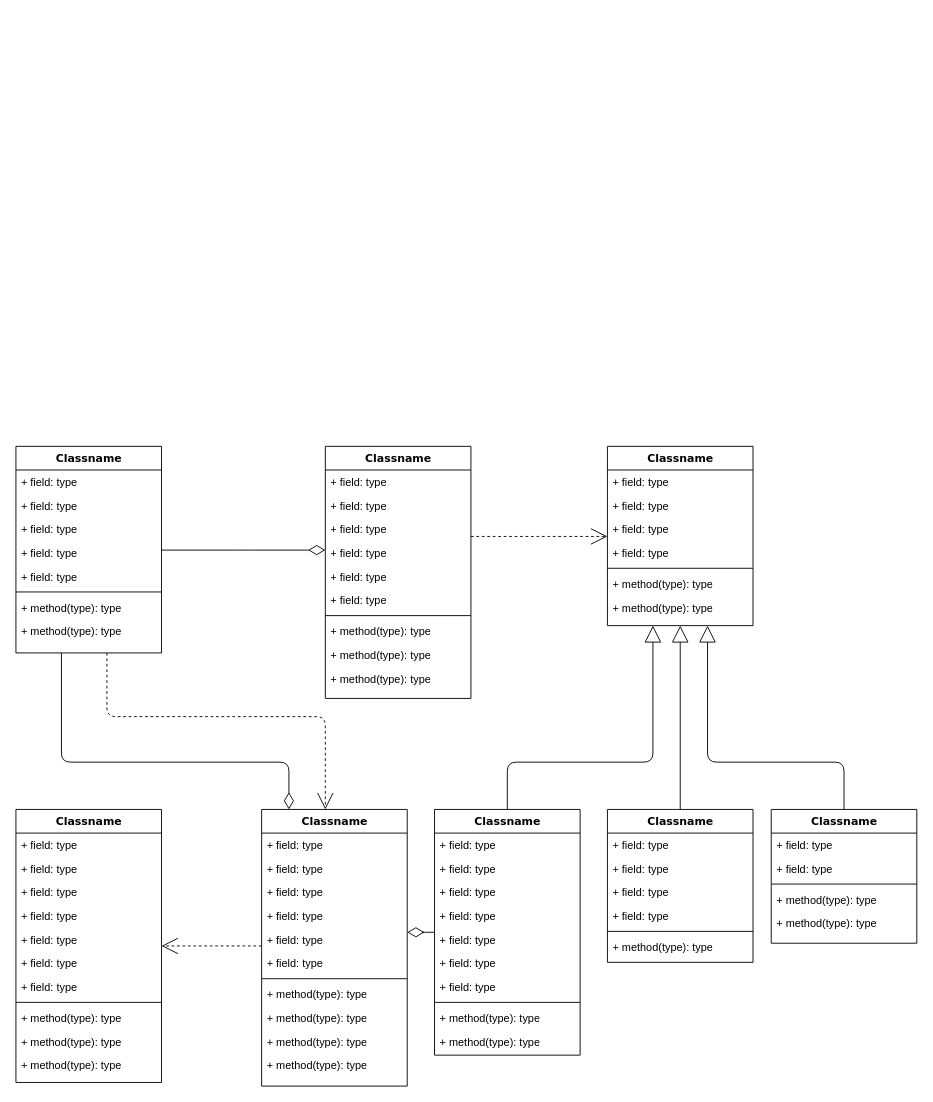
Above: Diagramas/Diagrama sin título.drawio in obelisk02/CCAP (draw.io), before the change. Source tidied: cells renumbered, new cells numbered last; positions are measured from the earlier drawing's top-left corner, leaving out a move shared by most shapes. Both pictures are drawn from the tidied source at 91%, with x=0, y=0 at pixel (15, 446).
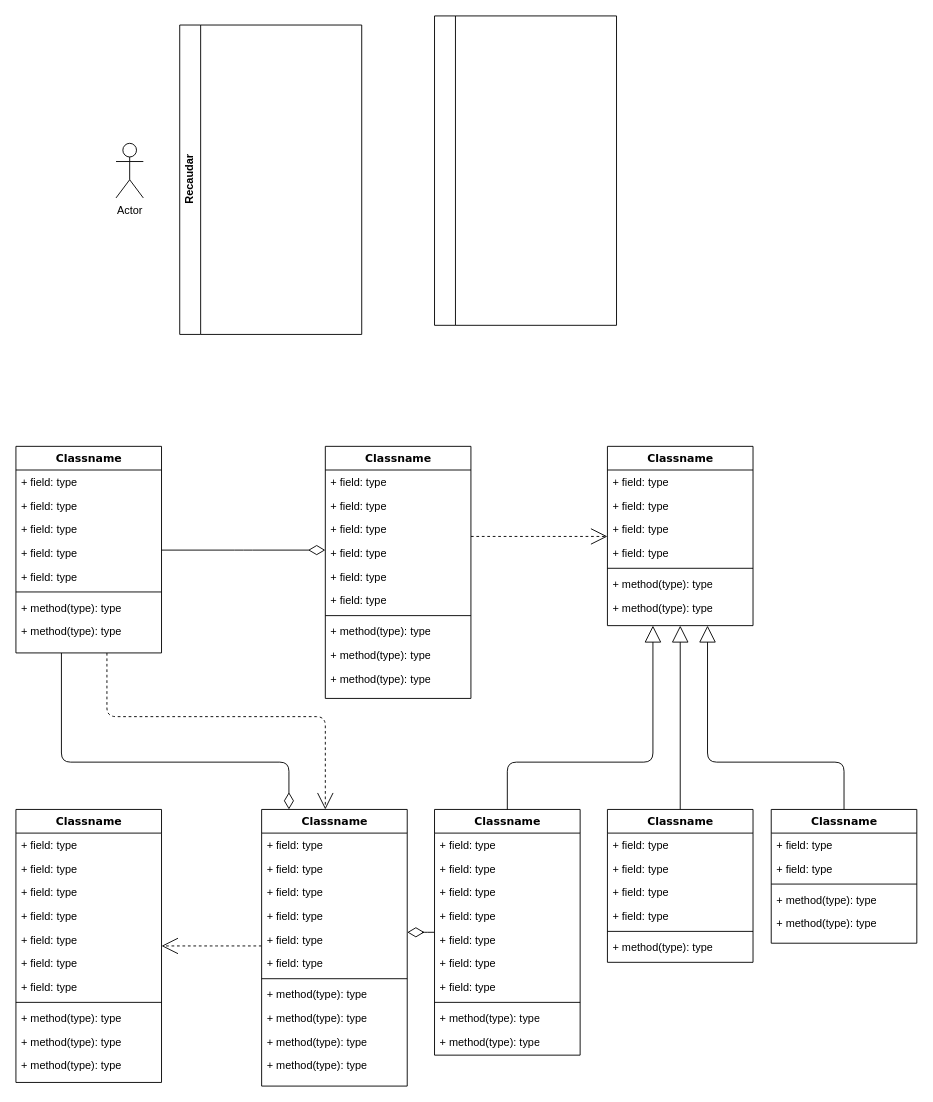
The same diagram, later.

The edit, as a diff of the source:
```diff
@@
+    <mxCell id="87" value="Actor" style="shape=umlActor;verticalLabelPosition=bottom;verticalAlign=top;html=1;" parent="1" vertex="1">
+      <mxGeometry x="110" y="-333" width="30" height="60" as="geometry" />
+    </mxCell>
+    <mxCell id="88" value="Recaudar" style="swimlane;horizontal=0;whiteSpace=wrap;html=1;" parent="1" vertex="1">
+      <mxGeometry x="180" y="-463" width="200" height="340" as="geometry" />
+    </mxCell>
+    <mxCell id="89" style="swimlane;horizontal=0;whiteSpace=wrap;html=1;" parent="1" vertex="1">
+      <mxGeometry x="460" y="-473" width="200" height="340" as="geometry" />
+    </mxCell>
```
